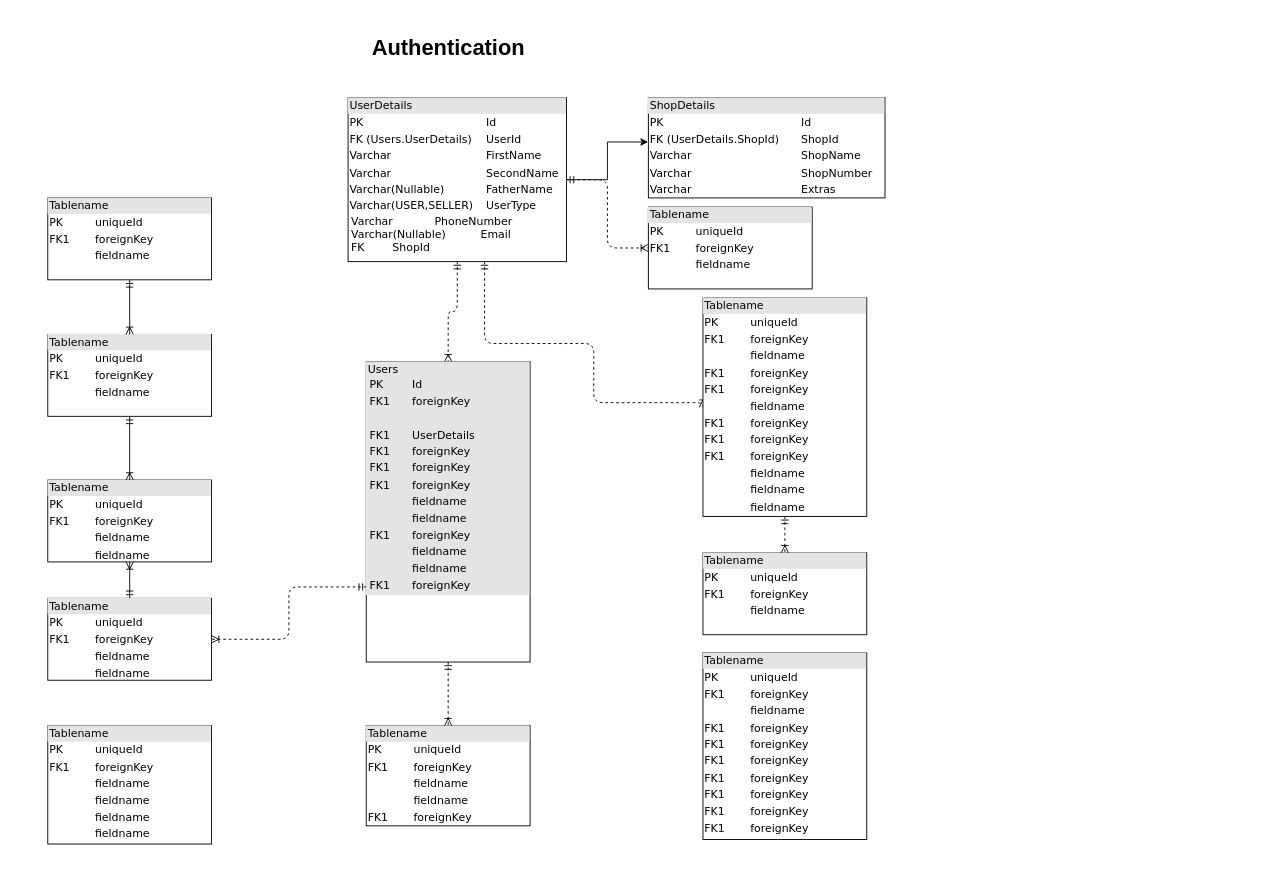
The draw.io diagram Untitled Diagram.drawio in binaryorgdevelopers/marketplace, before the edit. Source tidied: cells renumbered, new cells numbered last; positions are measured from the earlier drawing's top-left corner, leaving out a move shared by most shapes. Both pictures are drawn from the tidied source at 91%, with x=0, y=0 at pixel (47, 15).
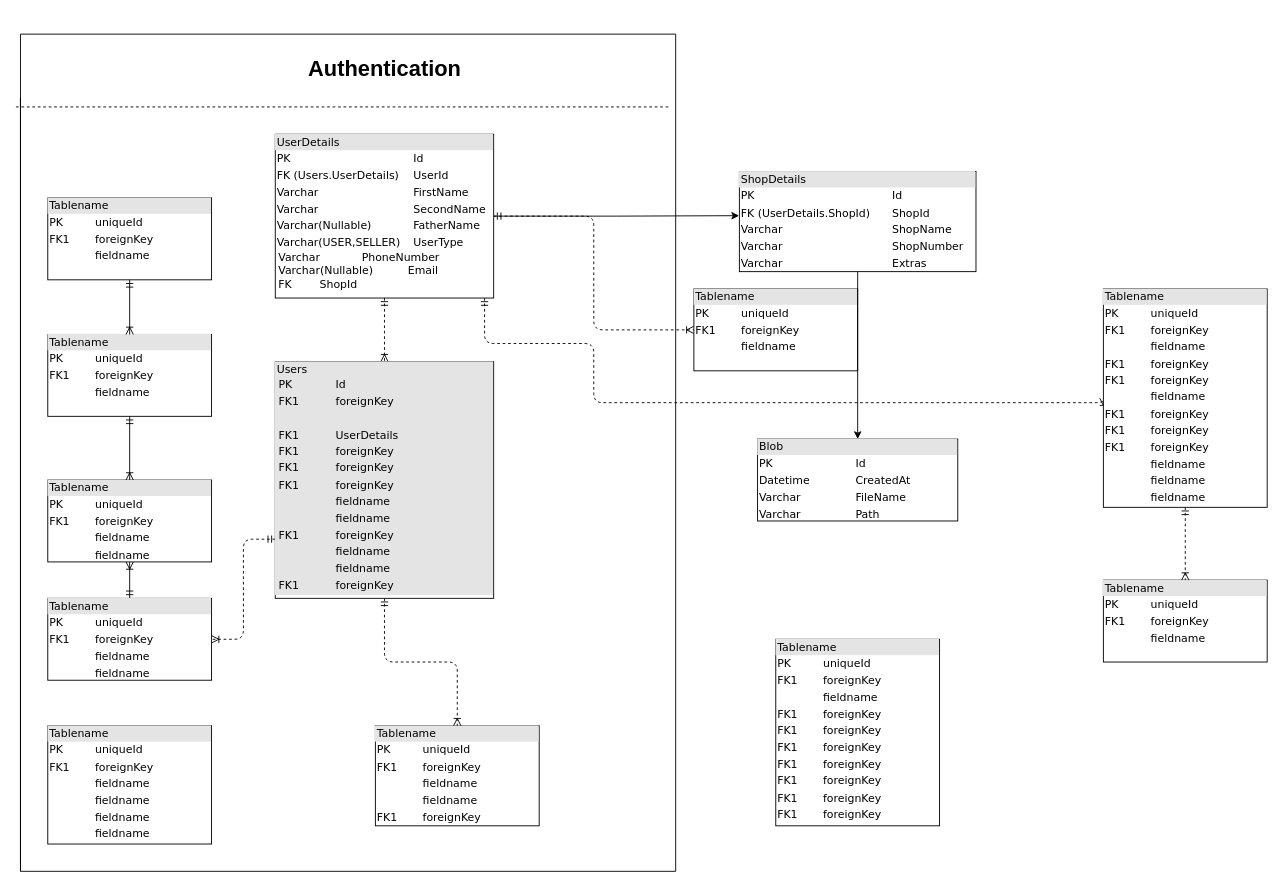
The same diagram, later.

Commit message:
Basic Auth table scheme initialized

The edit, as a diff of the source:
```diff
@@
     <mxCell id="7" value="&lt;div style=&quot;box-sizing: border-box ; width: 100% ; background: #e4e4e4 ; padding: 2px&quot;&gt;UserDetails&lt;/div&gt;&lt;table style=&quot;width: 100% ; font-size: 1em&quot; cellpadding=&quot;2&quot; cellspacing=&quot;0&quot;&gt;&lt;tbody&gt;&lt;tr&gt;&lt;td&gt;PK&lt;/td&gt;&lt;td&gt;Id&lt;/td&gt;&lt;/tr&gt;&lt;tr&gt;&lt;td&gt;FK (Users.UserDetails)&lt;/td&gt;&lt;td&gt;UserId&lt;/td&gt;&lt;/tr&gt;&lt;tr&gt;&lt;td&gt;Varchar&lt;/td&gt;&lt;td&gt;FirstName&lt;/td&gt;&lt;/tr&gt;&lt;tr&gt;&lt;td&gt;Varchar&lt;/td&gt;&lt;td&gt;SecondName&lt;br&gt;&lt;/td&gt;&lt;/tr&gt;&lt;tr&gt;&lt;td&gt;Varchar(Nullable)&lt;br&gt;&lt;/td&gt;&lt;td&gt;FatherName&lt;br&gt;&lt;/td&gt;&lt;/tr&gt;&lt;tr&gt;&lt;td&gt;Varchar(USER,SELLER)&lt;br&gt;&lt;/td&gt;&lt;td&gt;UserType&lt;br&gt;&lt;/td&gt;&lt;/tr&gt;&lt;/tbody&gt;&lt;/table&gt;&amp;nbsp;Varchar&lt;span style=&quot;&quot;&gt; &lt;/span&gt;&lt;span style=&quot;&quot;&gt; &lt;/span&gt;&lt;span style=&quot;&quot;&gt; &lt;/span&gt;&amp;nbsp; &amp;nbsp; &amp;nbsp;&lt;span style=&quot;white-space: pre;&quot;&gt; &lt;/span&gt;&lt;span style=&quot;white-space: pre;&quot;&gt; &lt;/span&gt;&amp;nbsp; &amp;nbsp; PhoneNumber&lt;br&gt;&amp;nbsp;Varchar(Nullable)&lt;span style=&quot;&quot;&gt; &lt;/span&gt;&amp;nbsp; &amp;nbsp;&amp;nbsp; &amp;nbsp; &amp;nbsp; Email&lt;br&gt;&amp;nbsp;FK&lt;span style=&quot;white-space: pre;&quot;&gt; &lt;/span&gt;&lt;span style=&quot;white-space: pre;&quot;&gt; &lt;/span&gt;&lt;span style=&quot;white-space: pre;&quot;&gt; &lt;/span&gt;&lt;span style=&quot;white-space: pre;&quot;&gt; &lt;/span&gt;&amp;nbsp; &amp;nbsp; ShopId" style="verticalAlign=top;align=left;overflow=fill;html=1;rounded=0;shadow=0;comic=0;labelBackgroundColor=none;strokeWidth=1;fontFamily=Verdana;fontSize=12;" parent="1" vertex="1">
-      <mxGeometry x="330" y="90" width="240" height="180" as="geometry" />
+      <mxGeometry x="250" y="130" width="240" height="180" as="geometry" />
     </mxCell>
@@
     <mxCell id="14" value="&lt;div style=&quot;box-sizing: border-box ; width: 100% ; background: #e4e4e4 ; padding: 2px&quot;&gt;Tablename&lt;/div&gt;&lt;table style=&quot;width: 100% ; font-size: 1em&quot; cellpadding=&quot;2&quot; cellspacing=&quot;0&quot;&gt;&lt;tbody&gt;&lt;tr&gt;&lt;td&gt;PK&lt;/td&gt;&lt;td&gt;uniqueId&lt;/td&gt;&lt;/tr&gt;&lt;tr&gt;&lt;td&gt;FK1&lt;/td&gt;&lt;td&gt;foreignKey&lt;/td&gt;&lt;/tr&gt;&lt;tr&gt;&lt;td&gt;&lt;/td&gt;&lt;td&gt;fieldname&lt;/td&gt;&lt;/tr&gt;&lt;tr&gt;&lt;td&gt;FK1&lt;br&gt;&lt;/td&gt;&lt;td&gt;foreignKey&lt;br&gt;&lt;/td&gt;&lt;/tr&gt;&lt;tr&gt;&lt;td&gt;FK1&lt;br&gt;&lt;/td&gt;&lt;td&gt;foreignKey&lt;br&gt;&lt;/td&gt;&lt;/tr&gt;&lt;tr&gt;&lt;td&gt;FK1&lt;br&gt;&lt;/td&gt;&lt;td&gt;foreignKey&lt;br&gt;&lt;/td&gt;&lt;/tr&gt;&lt;tr&gt;&lt;td&gt;FK1&lt;br&gt;&lt;/td&gt;&lt;td&gt;foreignKey&lt;br&gt;&lt;/td&gt;&lt;/tr&gt;&lt;tr&gt;&lt;td&gt;FK1&lt;br&gt;&lt;/td&gt;&lt;td&gt;foreignKey&lt;br&gt;&lt;/td&gt;&lt;/tr&gt;&lt;tr&gt;&lt;td&gt;FK1&lt;br&gt;&lt;/td&gt;&lt;td&gt;foreignKey&lt;br&gt;&lt;/td&gt;&lt;/tr&gt;&lt;tr&gt;&lt;td&gt;FK1&lt;br&gt;&lt;/td&gt;&lt;td&gt;foreignKey&lt;br&gt;&lt;/td&gt;&lt;/tr&gt;&lt;/tbody&gt;&lt;/table&gt;" style="verticalAlign=top;align=left;overflow=fill;html=1;rounded=0;shadow=0;comic=0;labelBackgroundColor=none;strokeWidth=1;fontFamily=Verdana;fontSize=12;" parent="1" vertex="1">
-      <mxGeometry x="720" y="700" width="180" height="205" as="geometry" />
+      <mxGeometry x="800" y="685" width="180" height="205" as="geometry" />
     </mxCell>
     <mxCell id="15" value="&lt;div style=&quot;box-sizing: border-box ; width: 100% ; background: #e4e4e4 ; padding: 2px&quot;&gt;Tablename&lt;/div&gt;&lt;table style=&quot;width: 100% ; font-size: 1em&quot; cellpadding=&quot;2&quot; cellspacing=&quot;0&quot;&gt;&lt;tbody&gt;&lt;tr&gt;&lt;td&gt;PK&lt;/td&gt;&lt;td&gt;uniqueId&lt;/td&gt;&lt;/tr&gt;&lt;tr&gt;&lt;td&gt;FK1&lt;/td&gt;&lt;td&gt;foreignKey&lt;/td&gt;&lt;/tr&gt;&lt;tr&gt;&lt;td&gt;&lt;/td&gt;&lt;td&gt;fieldname&lt;/td&gt;&lt;/tr&gt;&lt;tr&gt;&lt;td&gt;&lt;br&gt;&lt;/td&gt;&lt;td&gt;fieldname&lt;br&gt;&lt;/td&gt;&lt;/tr&gt;&lt;tr&gt;&lt;td&gt;FK1&lt;br&gt;&lt;/td&gt;&lt;td&gt;foreignKey&lt;br&gt;&lt;/td&gt;&lt;/tr&gt;&lt;/tbody&gt;&lt;/table&gt;" style="verticalAlign=top;align=left;overflow=fill;html=1;rounded=0;shadow=0;comic=0;labelBackgroundColor=none;strokeWidth=1;fontFamily=Verdana;fontSize=12;" parent="1" vertex="1">
-      <mxGeometry x="350" y="780" width="180" height="110" as="geometry" />
+      <mxGeometry x="360" y="780" width="180" height="110" as="geometry" />
     </mxCell>
@@
-    <mxCell id="17" value="&lt;div style=&quot;box-sizing: border-box ; width: 100% ; background: #e4e4e4 ; padding: 2px&quot;&gt;Users&lt;table style=&quot;background-color: initial; font-size: 1em; width: 100%;&quot; cellpadding=&quot;2&quot; cellspacing=&quot;0&quot;&gt;&lt;tbody&gt;&lt;tr&gt;&lt;td&gt;PK&lt;/td&gt;&lt;td&gt;Id&lt;/td&gt;&lt;/tr&gt;&lt;tr&gt;&lt;td&gt;FK1&lt;/td&gt;&lt;td&gt;foreignKey&lt;/td&gt;&lt;/tr&gt;&lt;tr&gt;&lt;td&gt;&lt;/td&gt;&lt;td&gt;&lt;br&gt;&lt;/td&gt;&lt;/tr&gt;&lt;tr&gt;&lt;td&gt;FK1&lt;br&gt;&lt;/td&gt;&lt;td&gt;UserDetails&lt;/td&gt;&lt;/tr&gt;&lt;tr&gt;&lt;td&gt;FK1&lt;br&gt;&lt;/td&gt;&lt;td&gt;foreignKey&lt;br&gt;&lt;/td&gt;&lt;/tr&gt;&lt;tr&gt;&lt;td&gt;FK1&lt;br&gt;&lt;/td&gt;&lt;td&gt;foreignKey&lt;br&gt;&lt;/td&gt;&lt;/tr&gt;&lt;tr&gt;&lt;td&gt;FK1&lt;br&gt;&lt;/td&gt;&lt;td&gt;foreignKey&lt;br&gt;&lt;/td&gt;&lt;/tr&gt;&lt;tr&gt;&lt;td&gt;&lt;br&gt;&lt;/td&gt;&lt;td&gt;fieldname&lt;br&gt;&lt;/td&gt;&lt;/tr&gt;&lt;tr&gt;&lt;td&gt;&lt;br&gt;&lt;/td&gt;&lt;td&gt;fieldname&lt;br&gt;&lt;/td&gt;&lt;/tr&gt;&lt;tr&gt;&lt;td&gt;FK1&lt;br&gt;&lt;/td&gt;&lt;td&gt;foreignKey&lt;br&gt;&lt;/td&gt;&lt;/tr&gt;&lt;tr&gt;&lt;td&gt;&lt;br&gt;&lt;/td&gt;&lt;td&gt;fieldname&lt;br&gt;&lt;/td&gt;&lt;/tr&gt;&lt;tr&gt;&lt;td&gt;&lt;br&gt;&lt;/td&gt;&lt;td&gt;fieldname&lt;br&gt;&lt;/td&gt;&lt;/tr&gt;&lt;tr&gt;&lt;td&gt;FK1&lt;br&gt;&lt;/td&gt;&lt;td&gt;foreignKey&lt;br&gt;&lt;/td&gt;&lt;/tr&gt;&lt;/tbody&gt;&lt;/table&gt;&lt;/div&gt;" style="verticalAlign=top;align=left;overflow=fill;html=1;rounded=0;shadow=0;comic=0;labelBackgroundColor=none;strokeWidth=1;fontFamily=Verdana;fontSize=12;" parent="1" vertex="1">
-      <mxGeometry x="350" y="380" width="180" height="330" as="geometry" />
+    <mxCell id="17" value="&lt;div style=&quot;box-sizing: border-box ; width: 100% ; background: #e4e4e4 ; padding: 2px&quot;&gt;Users&lt;table style=&quot;background-color: initial; font-size: 1em; width: 100%;&quot; cellpadding=&quot;2&quot; cellspacing=&quot;0&quot;&gt;&lt;tbody&gt;&lt;tr&gt;&lt;td&gt;PK&lt;/td&gt;&lt;td&gt;Id&lt;/td&gt;&lt;/tr&gt;&lt;tr&gt;&lt;td&gt;FK1&lt;/td&gt;&lt;td&gt;foreignKey&lt;/td&gt;&lt;/tr&gt;&lt;tr&gt;&lt;td&gt;&lt;/td&gt;&lt;td&gt;&lt;br&gt;&lt;/td&gt;&lt;/tr&gt;&lt;tr&gt;&lt;td&gt;FK1&lt;br&gt;&lt;/td&gt;&lt;td&gt;UserDetails&lt;/td&gt;&lt;/tr&gt;&lt;tr&gt;&lt;td&gt;FK1&lt;br&gt;&lt;/td&gt;&lt;td&gt;foreignKey&lt;br&gt;&lt;/td&gt;&lt;/tr&gt;&lt;tr&gt;&lt;td&gt;FK1&lt;br&gt;&lt;/td&gt;&lt;td&gt;foreignKey&lt;br&gt;&lt;/td&gt;&lt;/tr&gt;&lt;tr&gt;&lt;td&gt;FK1&lt;br&gt;&lt;/td&gt;&lt;td&gt;foreignKey&lt;br&gt;&lt;/td&gt;&lt;/tr&gt;&lt;tr&gt;&lt;td&gt;&lt;br&gt;&lt;/td&gt;&lt;td&gt;fieldname&lt;br&gt;&lt;/td&gt;&lt;/tr&gt;&lt;tr&gt;&lt;td&gt;&lt;br&gt;&lt;/td&gt;&lt;td&gt;fieldname&lt;br&gt;&lt;/td&gt;&lt;/tr&gt;&lt;tr&gt;&lt;td&gt;FK1&lt;br&gt;&lt;/td&gt;&lt;td&gt;foreignKey&lt;br&gt;&lt;/td&gt;&lt;/tr&gt;&lt;tr&gt;&lt;td&gt;&lt;br&gt;&lt;/td&gt;&lt;td&gt;fieldname&lt;br&gt;&lt;/td&gt;&lt;/tr&gt;&lt;tr&gt;&lt;td&gt;&lt;br&gt;&lt;/td&gt;&lt;td&gt;fieldname&lt;br&gt;&lt;/td&gt;&lt;/tr&gt;&lt;tr&gt;&lt;td&gt;FK1&lt;br&gt;&lt;/td&gt;&lt;td&gt;foreignKey&lt;br&gt;&lt;/td&gt;&lt;/tr&gt;&lt;/tbody&gt;&lt;/table&gt;&lt;/div&gt;" style="verticalAlign=top;align=left;overflow=fill;html=1;rounded=0;shadow=0;comic=0;labelBackgroundColor=none;strokeWidth=1;fontFamily=Verdana;fontSize=12;gradientColor=none;" parent="1" vertex="1">
+      <mxGeometry x="250" y="380" width="240" height="260" as="geometry" />
     </mxCell>
     <mxCell id="18" value="&lt;div style=&quot;box-sizing:border-box;width:100%;background:#e4e4e4;padding:2px;&quot;&gt;Tablename&lt;/div&gt;&lt;table style=&quot;width:100%;font-size:1em;&quot; cellpadding=&quot;2&quot; cellspacing=&quot;0&quot;&gt;&lt;tr&gt;&lt;td&gt;PK&lt;/td&gt;&lt;td&gt;uniqueId&lt;/td&gt;&lt;/tr&gt;&lt;tr&gt;&lt;td&gt;FK1&lt;/td&gt;&lt;td&gt;foreignKey&lt;/td&gt;&lt;/tr&gt;&lt;tr&gt;&lt;td&gt;&lt;/td&gt;&lt;td&gt;fieldname&lt;/td&gt;&lt;/tr&gt;&lt;/table&gt;" style="verticalAlign=top;align=left;overflow=fill;html=1;rounded=0;shadow=0;comic=0;labelBackgroundColor=none;strokeWidth=1;fontFamily=Verdana;fontSize=12;" parent="1" vertex="1">
-      <mxGeometry x="720" y="590" width="180" height="90" as="geometry" />
+      <mxGeometry x="1160" y="620" width="180" height="90" as="geometry" />
     </mxCell>
@@
     <mxCell id="20" value="&lt;div style=&quot;box-sizing: border-box ; width: 100% ; background: #e4e4e4 ; padding: 2px&quot;&gt;Tablename&lt;/div&gt;&lt;table style=&quot;width: 100% ; font-size: 1em&quot; cellpadding=&quot;2&quot; cellspacing=&quot;0&quot;&gt;&lt;tbody&gt;&lt;tr&gt;&lt;td&gt;PK&lt;/td&gt;&lt;td&gt;uniqueId&lt;/td&gt;&lt;/tr&gt;&lt;tr&gt;&lt;td&gt;FK1&lt;/td&gt;&lt;td&gt;foreignKey&lt;/td&gt;&lt;/tr&gt;&lt;tr&gt;&lt;td&gt;&lt;/td&gt;&lt;td&gt;fieldname&lt;/td&gt;&lt;/tr&gt;&lt;tr&gt;&lt;td&gt;FK1&lt;br&gt;&lt;/td&gt;&lt;td&gt;foreignKey&lt;br&gt;&lt;/td&gt;&lt;/tr&gt;&lt;tr&gt;&lt;td&gt;FK1&lt;br&gt;&lt;/td&gt;&lt;td&gt;foreignKey&lt;br&gt;&lt;/td&gt;&lt;/tr&gt;&lt;tr&gt;&lt;td&gt;&lt;br&gt;&lt;/td&gt;&lt;td&gt;fieldname&lt;br&gt;&lt;/td&gt;&lt;/tr&gt;&lt;tr&gt;&lt;td&gt;FK1&lt;br&gt;&lt;/td&gt;&lt;td&gt;foreignKey&lt;br&gt;&lt;/td&gt;&lt;/tr&gt;&lt;tr&gt;&lt;td&gt;FK1&lt;br&gt;&lt;/td&gt;&lt;td&gt;foreignKey&lt;br&gt;&lt;/td&gt;&lt;/tr&gt;&lt;tr&gt;&lt;td&gt;FK1&lt;br&gt;&lt;/td&gt;&lt;td&gt;foreignKey&lt;br&gt;&lt;/td&gt;&lt;/tr&gt;&lt;tr&gt;&lt;td&gt;&lt;br&gt;&lt;/td&gt;&lt;td&gt;fieldname&lt;br&gt;&lt;/td&gt;&lt;/tr&gt;&lt;tr&gt;&lt;td&gt;&lt;br&gt;&lt;/td&gt;&lt;td&gt;fieldname&lt;br&gt;&lt;/td&gt;&lt;/tr&gt;&lt;tr&gt;&lt;td&gt;&lt;br&gt;&lt;/td&gt;&lt;td&gt;fieldname&lt;br&gt;&lt;/td&gt;&lt;/tr&gt;&lt;/tbody&gt;&lt;/table&gt;" style="verticalAlign=top;align=left;overflow=fill;html=1;rounded=0;shadow=0;comic=0;labelBackgroundColor=none;strokeWidth=1;fontFamily=Verdana;fontSize=12;" parent="1" vertex="1">
-      <mxGeometry x="720" y="310" width="180" height="240" as="geometry" />
+      <mxGeometry x="1160" y="300" width="180" height="240" as="geometry" />
     </mxCell>
     <mxCell id="21" value="&lt;div style=&quot;box-sizing:border-box;width:100%;background:#e4e4e4;padding:2px;&quot;&gt;Tablename&lt;/div&gt;&lt;table style=&quot;width:100%;font-size:1em;&quot; cellpadding=&quot;2&quot; cellspacing=&quot;0&quot;&gt;&lt;tr&gt;&lt;td&gt;PK&lt;/td&gt;&lt;td&gt;uniqueId&lt;/td&gt;&lt;/tr&gt;&lt;tr&gt;&lt;td&gt;FK1&lt;/td&gt;&lt;td&gt;foreignKey&lt;/td&gt;&lt;/tr&gt;&lt;tr&gt;&lt;td&gt;&lt;/td&gt;&lt;td&gt;fieldname&lt;/td&gt;&lt;/tr&gt;&lt;/table&gt;" style="verticalAlign=top;align=left;overflow=fill;html=1;rounded=0;shadow=0;comic=0;labelBackgroundColor=none;strokeWidth=1;fontFamily=Verdana;fontSize=12;" parent="1" vertex="1">
-      <mxGeometry x="660" y="210" width="180" height="90" as="geometry" />
+      <mxGeometry x="710" y="300" width="180" height="90" as="geometry" />
     </mxCell>
@@
     <mxCell id="24" value="&lt;h1&gt;&lt;font style=&quot;font-size: 24px;&quot;&gt;Authentication&lt;/font&gt;&lt;/h1&gt;" style="text;html=1;align=center;verticalAlign=middle;strokeColor=none;fillColor=none;" parent="1" vertex="1">
-      <mxGeometry x="345" width="190" height="70" as="geometry" />
+      <mxGeometry x="275" y="24" width="190" height="70" as="geometry" />
     </mxCell>
+    <mxCell id="26" style="edgeStyle=orthogonalEdgeStyle;rounded=0;jettySize=auto;html=1;exitX=0.5;exitY=1;exitDx=0;exitDy=0;entryX=0.5;entryY=0;entryDx=0;entryDy=0;fontFamily=Helvetica;fontSize=24;" parent="1" edge="1" source="25" target="27">
+      <mxGeometry relative="1" as="geometry" />
+    </mxCell>
     <mxCell id="25" value="&lt;div style=&quot;box-sizing: border-box ; width: 100% ; background: #e4e4e4 ; padding: 2px&quot;&gt;ShopDetails&lt;/div&gt;&lt;table style=&quot;width: 100% ; font-size: 1em&quot; cellpadding=&quot;2&quot; cellspacing=&quot;0&quot;&gt;&lt;tbody&gt;&lt;tr&gt;&lt;td&gt;PK&lt;/td&gt;&lt;td&gt;Id&lt;/td&gt;&lt;/tr&gt;&lt;tr&gt;&lt;td&gt;FK (UserDetails.ShopId)&lt;/td&gt;&lt;td&gt;ShopId&lt;/td&gt;&lt;/tr&gt;&lt;tr&gt;&lt;td&gt;Varchar&lt;/td&gt;&lt;td&gt;ShopName&lt;/td&gt;&lt;/tr&gt;&lt;tr&gt;&lt;td&gt;Varchar&lt;/td&gt;&lt;td&gt;ShopNumber&lt;br&gt;&lt;/td&gt;&lt;/tr&gt;&lt;tr&gt;&lt;td&gt;Varchar&lt;span style=&quot;white-space: pre;&quot;&gt; &lt;/span&gt;&lt;span style=&quot;white-space: pre;&quot;&gt; &lt;/span&gt;&lt;span style=&quot;white-space: pre;&quot;&gt; &lt;/span&gt;&lt;span style=&quot;white-space: pre;&quot;&gt; &lt;/span&gt;&lt;/td&gt;&lt;td&gt;Extras&lt;/td&gt;&lt;/tr&gt;&lt;/tbody&gt;&lt;/table&gt;" style="verticalAlign=top;align=left;overflow=fill;html=1;rounded=0;shadow=0;comic=0;labelBackgroundColor=none;strokeWidth=1;fontFamily=Verdana;fontSize=12;" parent="1" vertex="1">
-      <mxGeometry x="660" y="90" width="260" height="110" as="geometry" />
+      <mxGeometry x="760" y="171" width="260" height="110" as="geometry" />
     </mxCell>
+    <mxCell id="27" value="&lt;div style=&quot;box-sizing: border-box ; width: 100% ; background: #e4e4e4 ; padding: 2px&quot;&gt;Blob&lt;/div&gt;&lt;table style=&quot;width: 100% ; font-size: 1em&quot; cellpadding=&quot;2&quot; cellspacing=&quot;0&quot;&gt;&lt;tbody&gt;&lt;tr&gt;&lt;td&gt;PK&lt;/td&gt;&lt;td&gt;Id&lt;/td&gt;&lt;/tr&gt;&lt;tr&gt;&lt;td&gt;Datetime&lt;/td&gt;&lt;td&gt;CreatedAt&lt;/td&gt;&lt;/tr&gt;&lt;tr&gt;&lt;td&gt;Varchar&lt;/td&gt;&lt;td&gt;FileName&lt;/td&gt;&lt;/tr&gt;&lt;tr&gt;&lt;td&gt;Varchar&lt;/td&gt;&lt;td&gt;Path&lt;br&gt;&lt;/td&gt;&lt;/tr&gt;&lt;tr&gt;&lt;td&gt;&lt;br&gt;&lt;/td&gt;&lt;td&gt;&lt;br&gt;&lt;/td&gt;&lt;/tr&gt;&lt;/tbody&gt;&lt;/table&gt;" style="verticalAlign=top;align=left;overflow=fill;html=1;rounded=0;shadow=0;comic=0;labelBackgroundColor=none;strokeWidth=1;fontFamily=Verdana;fontSize=12;gradientColor=none;" parent="1" vertex="1">
+      <mxGeometry x="780" y="465" width="220" height="90" as="geometry" />
+    </mxCell>
+    <mxCell id="28" style="endArrow=none;html=1;rounded=0;fontFamily=Helvetica;fontSize=24;" parent="1" edge="1">
+      <mxGeometry relative="1" as="geometry">
+        <mxPoint x="-30" y="90" as="sourcePoint" />
+        <mxPoint x="-30" y="90" as="targetPoint" />
+        <Array as="points">
+          <mxPoint x="-30" y="940" />
+        </Array>
+      </mxGeometry>
+    </mxCell>
+    <mxCell id="29" style="endArrow=none;html=1;rounded=0;fontFamily=Helvetica;fontSize=24;" parent="1" edge="1">
+      <mxGeometry relative="1" as="geometry">
+        <mxPoint x="-30" y="940" as="sourcePoint" />
+        <mxPoint x="690" y="940" as="targetPoint" />
+      </mxGeometry>
+    </mxCell>
+    <mxCell id="30" style="endArrow=none;html=1;rounded=0;fontFamily=Helvetica;fontSize=24;" parent="1" edge="1">
+      <mxGeometry relative="1" as="geometry">
+        <mxPoint x="-30" y="100" as="sourcePoint" />
+        <mxPoint x="690" y="20" as="targetPoint" />
+        <Array as="points">
+          <mxPoint x="-30" y="20" />
+        </Array>
+      </mxGeometry>
+    </mxCell>
+    <mxCell id="31" style="endArrow=none;html=1;rounded=0;fontFamily=Helvetica;fontSize=24;" parent="1" edge="1">
+      <mxGeometry relative="1" as="geometry">
+        <mxPoint x="690" y="940" as="sourcePoint" />
+        <mxPoint x="690" y="20" as="targetPoint" />
+      </mxGeometry>
+    </mxCell>
+    <mxCell id="32" style="endArrow=none;dashed=1;html=1;rounded=0;fontFamily=Helvetica;fontSize=24;" parent="1" edge="1">
+      <mxGeometry relative="1" as="geometry">
+        <mxPoint x="-35" y="100" as="sourcePoint" />
+        <mxPoint x="685" y="100" as="targetPoint" />
+      </mxGeometry>
+    </mxCell>
```
